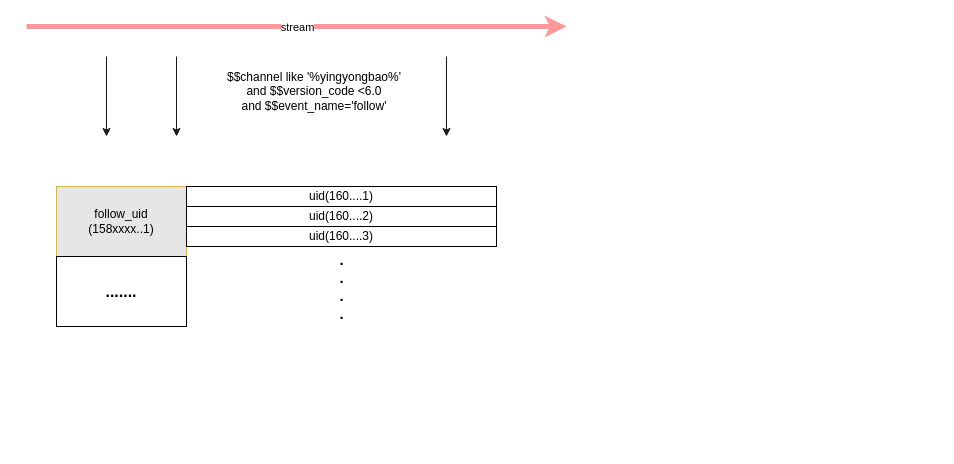
Earlier version of the draw.io diagram velocity_accumulate.drawio (learn2Pro/draw_io_save). Source tidied: cells renumbered, new cells numbered last; positions are measured from the earlier drawing's top-left corner, leaving out a move shared by most shapes. Both pictures are drawn from the tidied source at 100%, with x=0, y=0 at pixel (26, 26).
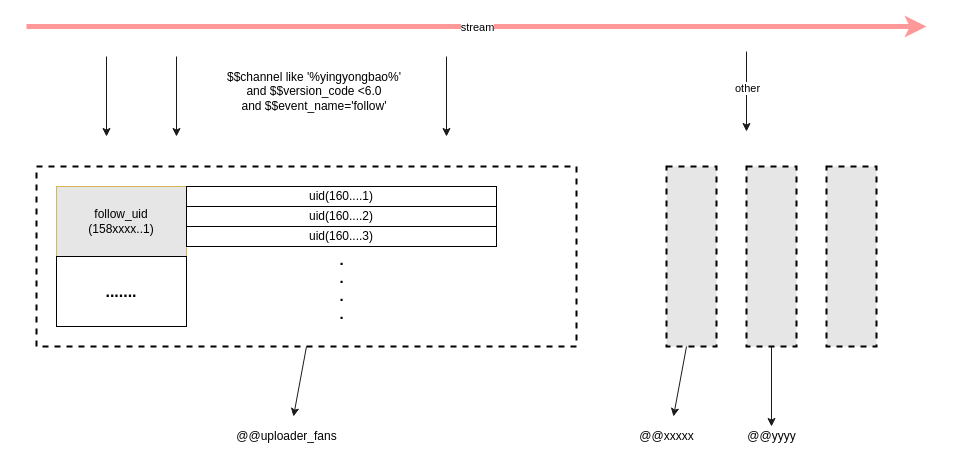
The same page after the edit.

Diff of the diagram source:
```diff
@@
+    <mxCell id="14" style="rounded=0;whiteSpace=wrap;html=1;fillColor=none;dashed=1;fontStyle=1;strokeWidth=2;" parent="1" vertex="1">
+      <mxGeometry x="10" y="140" width="540" height="180" as="geometry" />
+    </mxCell>
     <mxCell id="2" style="endArrow=classic;html=1;strokeWidth=5;strokeColor=#FF9999;" parent="1" edge="1">
       <mxGeometry relative="1" as="geometry">
         <mxPoint as="sourcePoint" />
-        <mxPoint x="540" as="targetPoint" />
+        <mxPoint x="900" as="targetPoint" />
       </mxGeometry>
     </mxCell>
@@
+    <mxCell id="15" style="endArrow=classic;html=1;strokeColor=#1A1A1A;strokeWidth=1;exitX=0.5;exitY=1;exitDx=0;exitDy=0;" parent="1" edge="1" source="14">
+      <mxGeometry relative="1" as="geometry">
+        <mxPoint x="267" y="390" as="targetPoint" />
+      </mxGeometry>
+    </mxCell>
+    <mxCell id="16" style="endArrow=classic;html=1;strokeWidth=1;strokeColor=#1A1A1A;" parent="1" edge="1">
+      <mxGeometry relative="1" as="geometry">
+        <mxPoint x="720" y="25" as="sourcePoint" />
+        <mxPoint x="720" y="105" as="targetPoint" />
+      </mxGeometry>
+    </mxCell>
+    <mxCell id="17" value="other" style="edgeLabel;html=1;align=center;verticalAlign=middle;" parent="16" vertex="1">
+      <mxGeometry x="-0.1" relative="1" as="geometry" />
+    </mxCell>
+    <mxCell id="18" style="rounded=0;whiteSpace=wrap;html=1;dashed=1;strokeWidth=2;fillColor=#E6E6E6;" parent="1" vertex="1">
+      <mxGeometry x="640" y="140" width="50" height="180" as="geometry" />
+    </mxCell>
+    <mxCell id="19" style="rounded=0;whiteSpace=wrap;html=1;dashed=1;strokeWidth=2;fillColor=#E6E6E6;" parent="1" vertex="1">
+      <mxGeometry x="720" y="140" width="50" height="180" as="geometry" />
+    </mxCell>
+    <mxCell id="20" style="rounded=0;whiteSpace=wrap;html=1;dashed=1;strokeWidth=2;fillColor=#E6E6E6;" parent="1" vertex="1">
+      <mxGeometry x="800" y="140" width="50" height="180" as="geometry" />
+    </mxCell>
+    <mxCell id="21" value="@@uploader_fans" style="text;html=1;align=center;verticalAlign=middle;" parent="1" vertex="1">
+      <mxGeometry x="200" y="400" width="120" height="20" as="geometry" />
+    </mxCell>
+    <mxCell id="22" style="endArrow=classic;html=1;strokeColor=#1A1A1A;strokeWidth=1;exitX=0.5;exitY=1;exitDx=0;exitDy=0;" parent="1" edge="1">
+      <mxGeometry relative="1" as="geometry">
+        <mxPoint x="660" y="320" as="sourcePoint" />
+        <mxPoint x="647" y="390" as="targetPoint" />
+      </mxGeometry>
+    </mxCell>
+    <mxCell id="23" value="@@xxxxx" style="text;html=1;align=center;verticalAlign=middle;" parent="1" vertex="1">
+      <mxGeometry x="605" y="400" width="70" height="20" as="geometry" />
+    </mxCell>
+    <mxCell id="24" value="@@yyyy" style="text;html=1;align=center;verticalAlign=middle;points=[];" parent="1" vertex="1">
+      <mxGeometry x="715" y="400" width="60" height="20" as="geometry" />
+    </mxCell>
+    <mxCell id="25" style="endArrow=classic;html=1;strokeColor=#1A1A1A;strokeWidth=1;exitX=0.5;exitY=1;exitDx=0;exitDy=0;" parent="1" edge="1" source="19" target="24">
+      <mxGeometry relative="1" as="geometry" />
+    </mxCell>
```
